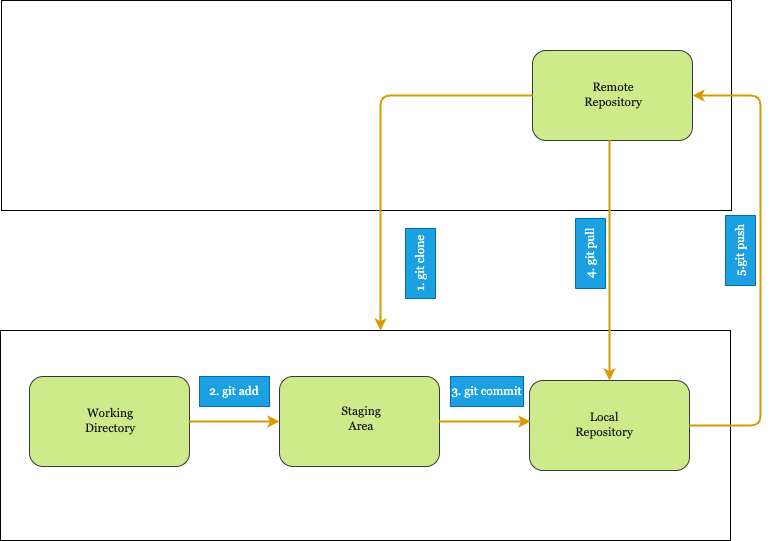
The draw.io diagram git_architecture.png in deepaksama/Knowledge, before a commit. Source tidied: cells renumbered, new cells last; positions are measured from the earlier drawing's top-left corner, leaving out a move shared by most shapes.
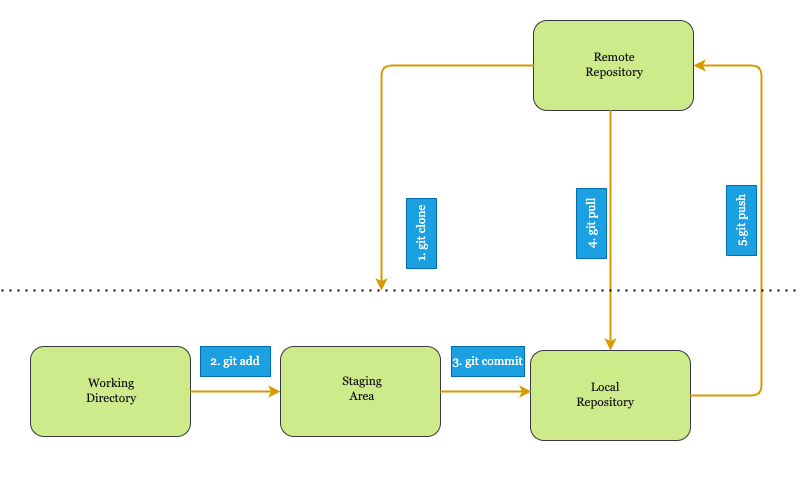
The same file after the commit.

Change to the diagram source:
```diff
@@ -2,17 +2,11 @@
   <root>
     <mxCell id="0" />
     <mxCell id="1" value="Base" parent="0" />
-    <mxCell id="2" style="rounded=0;whiteSpace=wrap;html=1;fontFamily=Georgia;fillColor=none;" parent="1" vertex="1">
-      <mxGeometry y="330" width="730" height="210" as="geometry" />
-    </mxCell>
-    <mxCell id="3" style="rounded=0;whiteSpace=wrap;html=1;fontFamily=Georgia;fillColor=none;" parent="1" vertex="1">
-      <mxGeometry x="1" width="730" height="210" as="geometry" />
-    </mxCell>
     <mxCell id="4" value="&lt;h2 style=&quot;font-family: helvetica; text-align: left;&quot;&gt;&lt;font&gt;Local Machine&lt;/font&gt;&lt;/h2&gt;" style="text;html=1;strokeColor=none;fillColor=none;align=center;verticalAlign=middle;whiteSpace=wrap;rounded=0;fontFamily=Georgia;fontColor=#FFFFFF;" parent="1" vertex="1">
-      <mxGeometry x="570" y="484" width="140" height="30" as="geometry" />
+      <mxGeometry x="625" y="490" width="140" height="30" as="geometry" />
     </mxCell>
     <mxCell id="5" value="&lt;h2 style=&quot;font-family: helvetica; text-align: left;&quot;&gt;&lt;font&gt;Remote Server&lt;/font&gt;&lt;/h2&gt;" style="text;html=1;strokeColor=none;fillColor=none;align=center;verticalAlign=middle;whiteSpace=wrap;rounded=0;fontFamily=Georgia;fontColor=#FFFFFF;" parent="1" vertex="1">
-      <mxGeometry x="18" y="17" width="140" height="30" as="geometry" />
+      <mxGeometry x="65" y="40" width="140" height="30" as="geometry" />
     </mxCell>
     <mxCell id="6" value="Background" parent="0" />
     <mxCell id="7" style="group;" parent="6" vertex="1">
@@ -51,9 +45,9 @@
     <mxCell id="18" value="Local Repository" style="text;html=1;strokeColor=none;fillColor=none;align=center;verticalAlign=middle;whiteSpace=wrap;rounded=0;fontFamily=Georgia;fontColor=#121212;" parent="16" vertex="1">
       <mxGeometry x="51" y="29" width="60" height="30" as="geometry" />
     </mxCell>
-    <mxCell id="19" style="endArrow=classic;html=1;fontFamily=Georgia;fontColor=#121212;exitX=0;exitY=0.5;exitDx=0;exitDy=0;entryX=0.5;entryY=0;entryDx=0;entryDy=0;edgeStyle=orthogonalEdgeStyle;elbow=vertical;fillColor=#ffcd28;strokeColor=#d79b00;strokeWidth=2;gradientColor=#ffa500;" parent="6" edge="1" source="11">
+    <mxCell id="19" style="endArrow=classic;html=1;fontFamily=Georgia;fontColor=#121212;exitX=0;exitY=0.5;exitDx=0;exitDy=0;edgeStyle=orthogonalEdgeStyle;elbow=vertical;fillColor=#ffcd28;strokeColor=#d79b00;strokeWidth=2;gradientColor=#ffa500;" parent="6" edge="1" source="11">
       <mxGeometry relative="1" as="geometry">
-        <mxPoint x="380" y="330" as="targetPoint" />
+        <mxPoint x="380" y="320" as="targetPoint" />
         <Array as="points">
           <mxPoint x="380" y="95" />
         </Array>
@@ -99,5 +93,11 @@
     <mxCell id="28" value="1. git clone" style="text;html=1;strokeColor=#006EAF;fillColor=#1ba1e2;align=center;verticalAlign=middle;whiteSpace=wrap;rounded=0;fontFamily=Georgia;fontColor=#ffffff;rotation=-90;" parent="6" vertex="1">
       <mxGeometry x="385" y="248" width="70" height="30" as="geometry" />
     </mxCell>
+    <mxCell id="29" style="endArrow=none;dashed=1;html=1;dashPattern=1 3;strokeWidth=2;fontFamily=Georgia;fontColor=#FFFFFF;elbow=vertical;" parent="6" edge="1">
+      <mxGeometry relative="1" as="geometry">
+        <mxPoint y="320" as="sourcePoint" />
+        <mxPoint x="800" y="320" as="targetPoint" />
+      </mxGeometry>
+    </mxCell>
   </root>
 </mxGraphModel>
```
